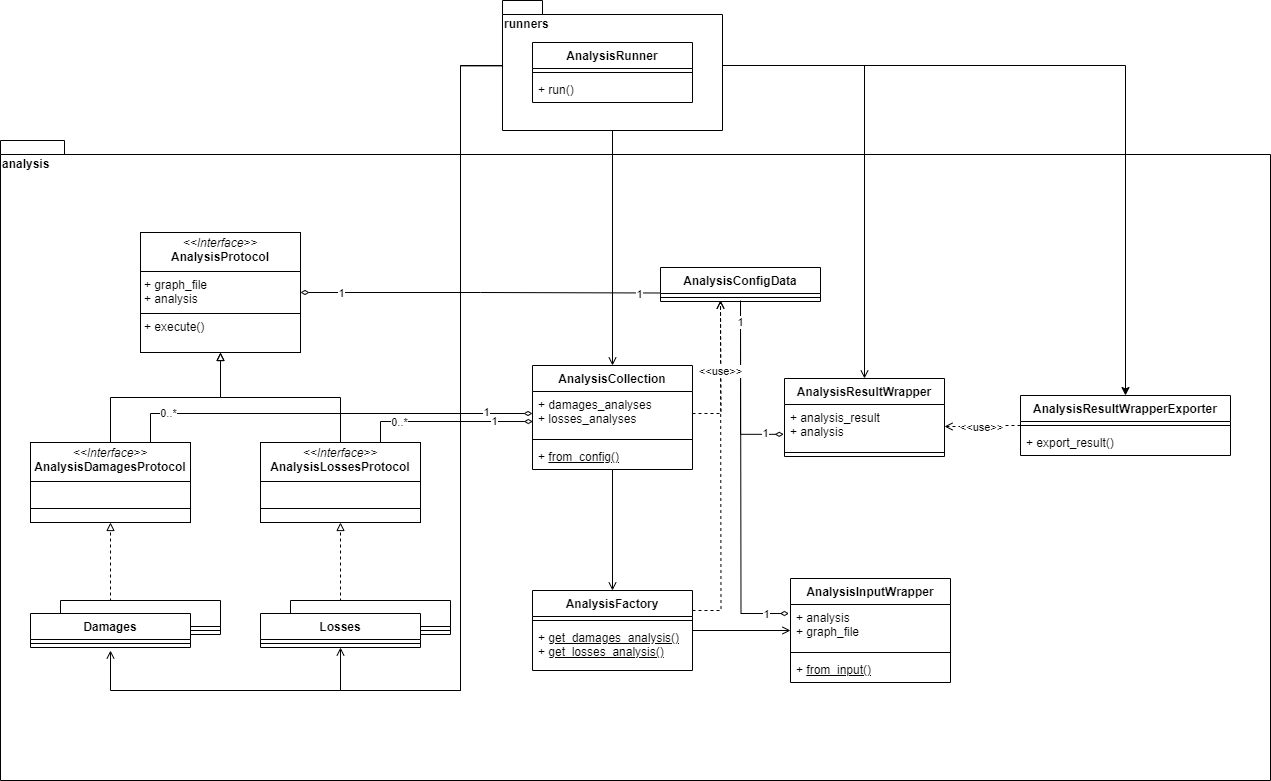
Deltares/ra2ce keeps this draw.io diagram as docs/_diagrams/ra2ce_analysis_class_diagram.drawio.png. Above is the earlier version. Source tidied: cells renumbered, new cells last; positions are measured from the earlier drawing's top-left corner, leaving out a move shared by most shapes.
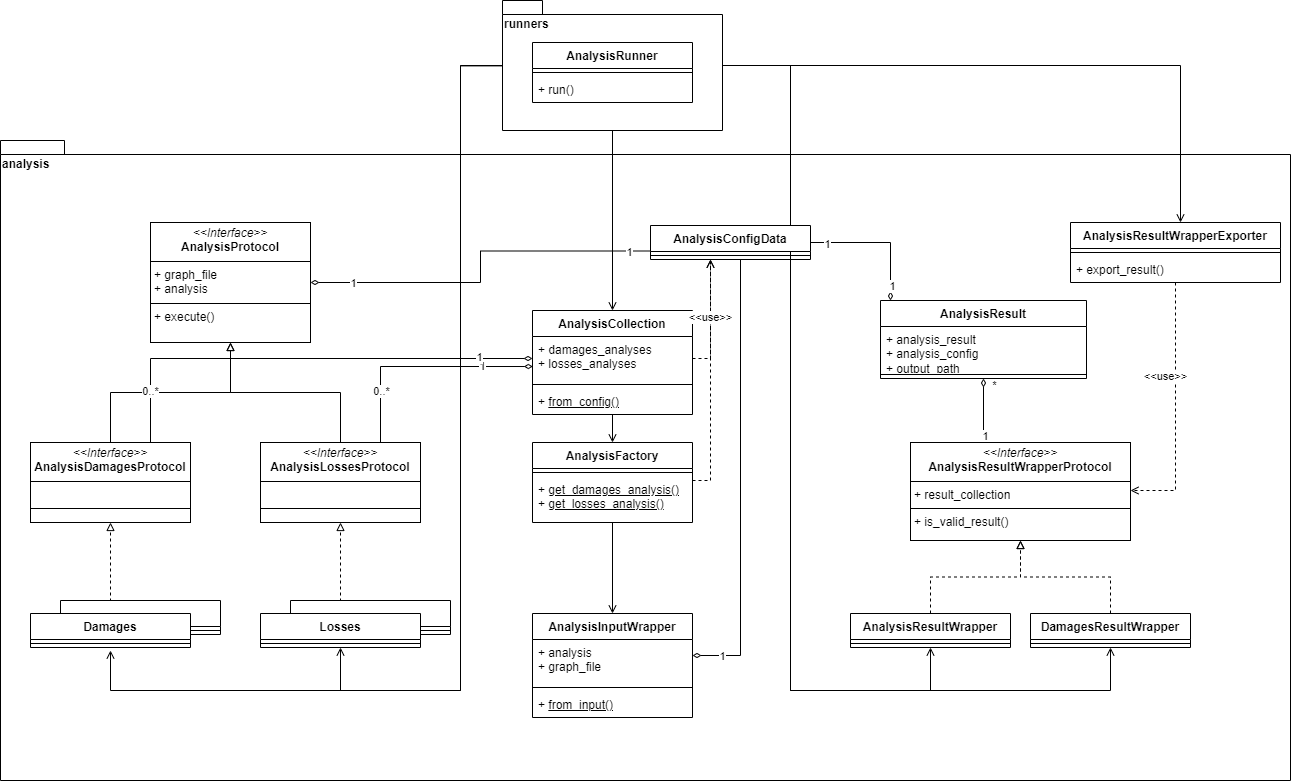
After the commit.

What changed in the source:
```diff
@@ -3,15 +3,17 @@
     <mxCell id="0" />
     <mxCell id="1" parent="0" />
     <mxCell id="2" value="analysis" style="shape=folder;fontStyle=1;spacingTop=10;tabWidth=40;tabHeight=14;tabPosition=left;html=1;whiteSpace=wrap;verticalAlign=top;align=left;" parent="1" vertex="1">
-      <mxGeometry y="140" width="1270" height="640" as="geometry" />
+      <mxGeometry y="140" width="1290" height="640" as="geometry" />
     </mxCell>
-    <mxCell id="3" style="edgeStyle=orthogonalEdgeStyle;rounded=0;jettySize=auto;html=1;endArrow=open;endFill=0;dashed=1;exitX=1;exitY=0.25;exitDx=0;exitDy=0;" parent="1" edge="1" source="4">
+    <mxCell id="3" style="edgeStyle=orthogonalEdgeStyle;rounded=0;jettySize=auto;html=1;endArrow=open;endFill=0;dashed=1;" parent="1" edge="1" source="4" target="52">
       <mxGeometry relative="1" as="geometry">
-        <mxPoint x="720" y="300" as="targetPoint" />
+        <Array as="points">
+          <mxPoint x="710" y="480" />
+        </Array>
       </mxGeometry>
     </mxCell>
     <mxCell id="4" value="AnalysisFactory" style="swimlane;fontStyle=1;align=center;verticalAlign=top;horizontal=1;startSize=26;whiteSpace=wrap;html=1;" parent="1" vertex="1">
-      <mxGeometry x="532" y="590" width="160" height="80" as="geometry" />
+      <mxGeometry x="532" y="442" width="160" height="80" as="geometry" />
     </mxCell>
     <mxCell id="5" style="line;strokeWidth=1;fillColor=none;align=left;verticalAlign=middle;spacingTop=-1;spacingLeft=3;spacingRight=3;labelPosition=right;strokeColor=inherit;" parent="4" vertex="1">
       <mxGeometry y="26" width="160" height="8" as="geometry" />
@@ -20,16 +22,8 @@
       <mxGeometry y="34" width="160" height="46" as="geometry" />
     </mxCell>
     <mxCell id="7" value="AnalysisInputWrapper" style="swimlane;fontStyle=1;align=center;verticalAlign=top;horizontal=1;startSize=26;whiteSpace=wrap;html=1;" parent="1" vertex="1">
-      <mxGeometry x="790" y="578" width="160" height="104" as="geometry" />
+      <mxGeometry x="532" y="613" width="160" height="104" as="geometry" />
     </mxCell>
-    <mxCell id="8" style="edgeStyle=orthogonalEdgeStyle;rounded=0;jettySize=auto;html=1;endArrow=none;endFill=0;startArrow=diamondThin;startFill=0;exitX=-0.01;exitY=0.205;exitDx=0;exitDy=0;exitPerimeter=0;" parent="7" edge="1" source="10">
-      <mxGeometry relative="1" as="geometry">
-        <mxPoint x="-50" y="-278" as="targetPoint" />
-      </mxGeometry>
-    </mxCell>
-    <mxCell id="9" value="1" style="edgeLabel;html=1;align=center;verticalAlign=middle;" parent="8" vertex="1">
-      <mxGeometry x="-0.87" relative="1" as="geometry" />
-    </mxCell>
     <mxCell id="10" value="+ analysis&lt;div&gt;+ graph_file&lt;/div&gt;" style="text;strokeColor=none;fillColor=none;align=left;verticalAlign=top;spacingLeft=4;spacingRight=4;overflow=hidden;points=[[0,0.5],[1,0.5]];portConstraint=eastwest;whiteSpace=wrap;html=1;" parent="7" vertex="1">
       <mxGeometry y="26" width="160" height="44" as="geometry" />
     </mxCell>
@@ -55,7 +49,7 @@
       <mxGeometry relative="1" as="geometry" />
     </mxCell>
     <mxCell id="18" value="AnalysisCollection" style="swimlane;fontStyle=1;align=center;verticalAlign=top;horizontal=1;startSize=26;whiteSpace=wrap;html=1;" parent="1" vertex="1">
-      <mxGeometry x="532" y="365" width="160" height="104" as="geometry" />
+      <mxGeometry x="532" y="310" width="160" height="104" as="geometry" />
     </mxCell>
     <mxCell id="19" value="+ damages_analyses&lt;div&gt;+ losses_analyses&lt;/div&gt;" style="text;strokeColor=none;fillColor=none;align=left;verticalAlign=top;spacingLeft=4;spacingRight=4;overflow=hidden;points=[[0,0.5],[1,0.5]];portConstraint=eastwest;whiteSpace=wrap;html=1;" parent="18" vertex="1">
       <mxGeometry y="26" width="160" height="44" as="geometry" />
@@ -72,15 +66,6 @@
     <mxCell id="23" style="edgeStyle=orthogonalEdgeStyle;rounded=0;jettySize=auto;html=1;entryX=0.5;entryY=0;entryDx=0;entryDy=0;endArrow=open;endFill=0;" parent="1" edge="1" source="41" target="18">
       <mxGeometry relative="1" as="geometry" />
     </mxCell>
-    <mxCell id="24" value="AnalysisResultWrapper" style="swimlane;fontStyle=1;align=center;verticalAlign=top;horizontal=1;startSize=26;whiteSpace=wrap;html=1;" parent="1" vertex="1">
-      <mxGeometry x="784" y="378" width="160" height="78" as="geometry" />
-    </mxCell>
-    <mxCell id="25" value="+ analysis_result&lt;div&gt;+ analysis&lt;/div&gt;" style="text;strokeColor=none;fillColor=none;align=left;verticalAlign=top;spacingLeft=4;spacingRight=4;overflow=hidden;points=[[0,0.5],[1,0.5]];portConstraint=eastwest;whiteSpace=wrap;html=1;" parent="24" vertex="1">
-      <mxGeometry y="26" width="160" height="44" as="geometry" />
-    </mxCell>
-    <mxCell id="26" style="line;strokeWidth=1;fillColor=none;align=left;verticalAlign=middle;spacingTop=-1;spacingLeft=3;spacingRight=3;labelPosition=right;strokeColor=inherit;" parent="24" vertex="1">
-      <mxGeometry y="70" width="160" height="8" as="geometry" />
-    </mxCell>
     <mxCell id="27" style="edgeStyle=orthogonalEdgeStyle;rounded=0;jettySize=auto;html=1;entryX=0;entryY=0.75;entryDx=0;entryDy=0;endArrow=none;endFill=0;startArrow=diamondThin;startFill=0;" parent="1" edge="1" source="30" target="52">
       <mxGeometry relative="1" as="geometry" />
     </mxCell>
@@ -93,7 +78,7 @@
       <mxGeometry x="0.88" y="-1" relative="1" as="geometry" />
     </mxCell>
     <mxCell id="30" value="&lt;p style=&quot;margin:0px;margin-top:4px;text-align:center;&quot;&gt;&lt;i&gt;&amp;lt;&amp;lt;Interface&amp;gt;&amp;gt;&lt;/i&gt;&lt;br&gt;&lt;b&gt;AnalysisProtocol&lt;/b&gt;&lt;/p&gt;&lt;hr size=&quot;1&quot; style=&quot;border-style:solid;&quot;&gt;&lt;p style=&quot;margin:0px;margin-left:4px;&quot;&gt;+ graph_file&lt;/p&gt;&lt;p style=&quot;margin:0px;margin-left:4px;&quot;&gt;+ analysis&lt;/p&gt;&lt;hr size=&quot;1&quot; style=&quot;border-style:solid;&quot;&gt;&lt;p style=&quot;margin:0px;margin-left:4px;&quot;&gt;+ execute()&lt;/p&gt;" style="verticalAlign=top;align=left;overflow=fill;html=1;whiteSpace=wrap;" parent="1" vertex="1">
-      <mxGeometry x="140" y="232" width="160" height="120" as="geometry" />
+      <mxGeometry x="150" y="222" width="160" height="120" as="geometry" />
     </mxCell>
     <mxCell id="31" style="edgeStyle=orthogonalEdgeStyle;rounded=0;jettySize=auto;html=1;entryX=0.5;entryY=1;entryDx=0;entryDy=0;endArrow=block;endFill=0;" parent="1" edge="1" source="32" target="30">
       <mxGeometry relative="1" as="geometry" />
@@ -134,8 +119,12 @@
     <mxCell id="43" value="+ run()" style="text;strokeColor=none;fillColor=none;align=left;verticalAlign=top;spacingLeft=4;spacingRight=4;overflow=hidden;whiteSpace=wrap;html=1;" parent="41" vertex="1">
       <mxGeometry y="34" width="160" height="26" as="geometry" />
     </mxCell>
-    <mxCell id="44" style="edgeStyle=orthogonalEdgeStyle;rounded=0;jettySize=auto;html=1;entryX=0.5;entryY=0;entryDx=0;entryDy=0;endArrow=open;endFill=0;" parent="1" edge="1" source="40" target="24">
-      <mxGeometry relative="1" as="geometry" />
+    <mxCell id="44" style="edgeStyle=orthogonalEdgeStyle;rounded=0;jettySize=auto;html=1;endArrow=open;endFill=0;" parent="1" edge="1" source="40" target="46">
+      <mxGeometry relative="1" as="geometry">
+        <Array as="points">
+          <mxPoint x="1180" y="65" />
+        </Array>
+      </mxGeometry>
     </mxCell>
     <mxCell id="45" style="edgeStyle=orthogonalEdgeStyle;rounded=0;jettySize=auto;html=1;entryX=0.5;entryY=1;entryDx=0;entryDy=0;endArrow=open;endFill=0;" parent="1" edge="1" source="40" target="65">
       <mxGeometry relative="1" as="geometry">
@@ -147,7 +136,7 @@
       </mxGeometry>
     </mxCell>
     <mxCell id="46" value="AnalysisResultWrapperExporter" style="swimlane;fontStyle=1;align=center;verticalAlign=top;horizontal=1;startSize=26;whiteSpace=wrap;html=1;" parent="1" vertex="1">
-      <mxGeometry x="1020" y="395" width="210" height="60" as="geometry" />
+      <mxGeometry x="1070" y="222" width="210" height="60" as="geometry" />
     </mxCell>
     <mxCell id="47" style="line;strokeWidth=1;fillColor=none;align=left;verticalAlign=middle;spacingTop=-1;spacingLeft=3;spacingRight=3;labelPosition=right;strokeColor=inherit;" parent="46" vertex="1">
       <mxGeometry y="26" width="210" height="8" as="geometry" />
@@ -155,9 +144,6 @@
     <mxCell id="48" value="+ export_result()" style="text;strokeColor=none;fillColor=none;align=left;verticalAlign=top;spacingLeft=4;spacingRight=4;overflow=hidden;whiteSpace=wrap;html=1;" parent="46" vertex="1">
       <mxGeometry y="34" width="210" height="26" as="geometry" />
     </mxCell>
-    <mxCell id="49" style="edgeStyle=orthogonalEdgeStyle;rounded=0;jettySize=auto;html=1;" parent="1" edge="1" source="40" target="46">
-      <mxGeometry relative="1" as="geometry" />
-    </mxCell>
     <mxCell id="50" style="edgeStyle=orthogonalEdgeStyle;rounded=0;jettySize=auto;html=1;entryX=0.5;entryY=1;entryDx=0;entryDy=0;endArrow=open;endFill=0;exitX=0.001;exitY=0.503;exitDx=0;exitDy=0;exitPerimeter=0;" parent="1" edge="1" source="40">
       <mxGeometry relative="1" as="geometry">
         <mxPoint x="110" y="650" as="targetPoint" />
@@ -168,17 +154,12 @@
         </Array>
       </mxGeometry>
     </mxCell>
-    <mxCell id="51" style="group;align=left;" parent="1" vertex="1">
-      <mxGeometry x="630" y="222" width="220" height="130" as="geometry" />
-    </mxCell>
-    <mxCell id="52" value="AnalysisConfigData" style="swimlane;fontStyle=1;align=center;verticalAlign=top;horizontal=1;startSize=26;whiteSpace=wrap;html=1;" parent="51" vertex="1">
-      <mxGeometry x="30" y="45" width="160" height="34" as="geometry" />
-    </mxCell>
-    <mxCell id="53" style="line;strokeWidth=1;fillColor=none;align=left;verticalAlign=middle;spacingTop=-1;spacingLeft=3;spacingRight=3;labelPosition=right;strokeColor=inherit;" parent="52" vertex="1">
-      <mxGeometry y="26" width="160" height="8" as="geometry" />
-    </mxCell>
-    <mxCell id="54" style="edgeStyle=orthogonalEdgeStyle;rounded=0;jettySize=auto;html=1;entryX=0.5;entryY=1;entryDx=0;entryDy=0;startArrow=diamondThin;startFill=0;endArrow=none;endFill=0;exitX=-0.005;exitY=0.678;exitDx=0;exitDy=0;exitPerimeter=0;" parent="1" edge="1" source="25" target="52">
-      <mxGeometry relative="1" as="geometry" />
+    <mxCell id="54" style="edgeStyle=orthogonalEdgeStyle;rounded=0;jettySize=auto;html=1;startArrow=diamondThin;startFill=0;endArrow=none;endFill=0;" parent="1" edge="1" source="68" target="52">
+      <mxGeometry relative="1" as="geometry">
+        <Array as="points">
+          <mxPoint x="890" y="242" />
+        </Array>
+      </mxGeometry>
     </mxCell>
     <mxCell id="55" value="1" style="edgeLabel;html=1;align=center;verticalAlign=middle;" parent="54" vertex="1">
       <mxGeometry x="0.77" y="1" relative="1" as="geometry" />
@@ -186,8 +167,12 @@
     <mxCell id="56" value="1" style="edgeLabel;html=1;align=center;verticalAlign=middle;" parent="54" vertex="1">
       <mxGeometry x="-0.78" y="-1" relative="1" as="geometry" />
     </mxCell>
-    <mxCell id="57" style="edgeStyle=orthogonalEdgeStyle;rounded=0;jettySize=auto;html=1;entryX=1;entryY=0.5;entryDx=0;entryDy=0;dashed=1;endArrow=open;endFill=0;" parent="1" edge="1" source="46" target="25">
-      <mxGeometry relative="1" as="geometry" />
+    <mxCell id="57" style="edgeStyle=orthogonalEdgeStyle;rounded=0;jettySize=auto;html=1;dashed=1;endArrow=open;endFill=0;" parent="1" edge="1" source="46" target="75">
+      <mxGeometry relative="1" as="geometry">
+        <Array as="points">
+          <mxPoint x="1175" y="490" />
+        </Array>
+      </mxGeometry>
     </mxCell>
     <mxCell id="58" value="&amp;lt;&amp;lt;use&amp;gt;&amp;gt;" style="edgeLabel;html=1;align=center;verticalAlign=middle;" parent="57" vertex="1">
       <mxGeometry x="-0.26" y="1" relative="1" as="geometry">
@@ -218,10 +203,94 @@
     <mxCell id="66" style="line;strokeWidth=1;fillColor=none;align=left;verticalAlign=middle;spacingTop=-1;spacingLeft=3;spacingRight=3;labelPosition=right;strokeColor=inherit;" parent="65" vertex="1">
       <mxGeometry y="26" width="160" height="8" as="geometry" />
     </mxCell>
-    <mxCell id="67" value="&amp;lt;&amp;lt;use&amp;gt;&amp;gt;" style="edgeStyle=orthogonalEdgeStyle;rounded=0;jettySize=auto;html=1;endArrow=open;endFill=0;dashed=1;exitX=1;exitY=0.5;exitDx=0;exitDy=0;" parent="1" edge="1" source="19">
+    <mxCell id="67" value="&amp;lt;&amp;lt;use&amp;gt;&amp;gt;" style="edgeStyle=orthogonalEdgeStyle;rounded=0;jettySize=auto;html=1;endArrow=open;endFill=0;dashed=1;exitX=1;exitY=0.5;exitDx=0;exitDy=0;" parent="1" edge="1" source="19" target="52">
       <mxGeometry relative="1" as="geometry">
-        <mxPoint x="720" y="300" as="targetPoint" />
+        <Array as="points">
+          <mxPoint x="710" y="358" />
+        </Array>
       </mxGeometry>
     </mxCell>
+    <mxCell id="68" value="AnalysisResult" style="swimlane;fontStyle=1;align=center;verticalAlign=top;horizontal=1;startSize=26;whiteSpace=wrap;html=1;" parent="1" vertex="1">
+      <mxGeometry x="880" y="300" width="206" height="78" as="geometry" />
+    </mxCell>
+    <mxCell id="69" value="+ analysis_result&lt;div&gt;+ analysis_config&lt;/div&gt;&lt;div&gt;+ output_path&lt;/div&gt;" style="text;strokeColor=none;fillColor=none;align=left;verticalAlign=top;spacingLeft=4;spacingRight=4;overflow=hidden;whiteSpace=wrap;html=1;" parent="68" vertex="1">
+      <mxGeometry y="26" width="206" height="44" as="geometry" />
+    </mxCell>
+    <mxCell id="70" style="line;strokeWidth=1;fillColor=none;align=left;verticalAlign=middle;spacingTop=-1;spacingLeft=3;spacingRight=3;labelPosition=right;strokeColor=inherit;" parent="68" vertex="1">
+      <mxGeometry y="70" width="206" height="8" as="geometry" />
+    </mxCell>
+    <mxCell id="71" style="edgeStyle=orthogonalEdgeStyle;rounded=0;jettySize=auto;html=1;startArrow=diamondThin;startFill=0;endArrow=none;endFill=0;" parent="1" edge="1" source="68" target="75">
+      <mxGeometry relative="1" as="geometry">
+        <Array as="points">
+          <mxPoint x="1000" y="349" />
+        </Array>
+      </mxGeometry>
+    </mxCell>
+    <mxCell id="72" value="1" style="edgeLabel;html=1;align=center;verticalAlign=middle;" parent="71" vertex="1">
+      <mxGeometry x="0.77" y="1" relative="1" as="geometry" />
+    </mxCell>
+    <mxCell id="73" value="*" style="edgeLabel;html=1;align=center;verticalAlign=middle;" parent="71" vertex="1">
+      <mxGeometry x="-0.78" y="-1" relative="1" as="geometry">
+        <mxPoint x="11" y="-1" as="offset" />
+      </mxGeometry>
+    </mxCell>
+    <mxCell id="8" style="edgeStyle=orthogonalEdgeStyle;rounded=0;jettySize=auto;html=1;endArrow=none;endFill=0;startArrow=diamondThin;startFill=0;" parent="1" edge="1" source="7" target="52">
+      <mxGeometry relative="1" as="geometry">
+        <Array as="points">
+          <mxPoint x="740" y="655" />
+        </Array>
+      </mxGeometry>
+    </mxCell>
+    <mxCell id="9" value="1" style="edgeLabel;html=1;align=center;verticalAlign=middle;" parent="8" vertex="1">
+      <mxGeometry x="-0.87" relative="1" as="geometry" />
+    </mxCell>
+    <mxCell id="24" value="AnalysisResultWrapper" style="swimlane;fontStyle=1;align=center;verticalAlign=top;horizontal=1;startSize=26;whiteSpace=wrap;html=1;" parent="1" vertex="1">
+      <mxGeometry x="850" y="613" width="160" height="34" as="geometry" />
+    </mxCell>
+    <mxCell id="74" style="line;strokeWidth=1;fillColor=none;align=left;verticalAlign=middle;spacingTop=-1;spacingLeft=3;spacingRight=3;labelPosition=right;strokeColor=inherit;" parent="24" vertex="1">
+      <mxGeometry y="26" width="160" height="8" as="geometry" />
+    </mxCell>
+    <mxCell id="75" value="&lt;p style=&quot;margin:0px;margin-top:4px;text-align:center;&quot;&gt;&lt;i&gt;&amp;lt;&amp;lt;Interface&amp;gt;&amp;gt;&lt;/i&gt;&lt;br&gt;&lt;b&gt;AnalysisResultWrapperProtocol&lt;/b&gt;&lt;/p&gt;&lt;hr size=&quot;1&quot; style=&quot;border-style:solid;&quot;&gt;&lt;p style=&quot;margin:0px;margin-left:4px;&quot;&gt;+ result_collection&lt;/p&gt;&lt;hr size=&quot;1&quot; style=&quot;border-style:solid;&quot;&gt;&lt;p style=&quot;margin:0px;margin-left:4px;&quot;&gt;+ is_valid_result()&lt;/p&gt;" style="verticalAlign=top;align=left;overflow=fill;html=1;whiteSpace=wrap;" parent="1" vertex="1">
+      <mxGeometry x="910" y="442" width="220" height="98" as="geometry" />
+    </mxCell>
+    <mxCell id="76" style="edgeStyle=orthogonalEdgeStyle;rounded=0;jettySize=auto;html=1;endArrow=open;endFill=0;" parent="1" edge="1" source="40" target="24">
+      <mxGeometry relative="1" as="geometry">
+        <Array as="points">
+          <mxPoint x="790" y="65" />
+          <mxPoint x="790" y="690" />
+          <mxPoint x="930" y="690" />
+        </Array>
+      </mxGeometry>
+    </mxCell>
+    <mxCell id="77" value="DamagesResultWrapper" style="swimlane;fontStyle=1;align=center;verticalAlign=top;horizontal=1;startSize=26;whiteSpace=wrap;html=1;" parent="1" vertex="1">
+      <mxGeometry x="1030" y="613" width="160" height="34" as="geometry" />
+    </mxCell>
+    <mxCell id="78" style="line;strokeWidth=1;fillColor=none;align=left;verticalAlign=middle;spacingTop=-1;spacingLeft=3;spacingRight=3;labelPosition=right;strokeColor=inherit;" parent="77" vertex="1">
+      <mxGeometry y="26" width="160" height="8" as="geometry" />
+    </mxCell>
+    <mxCell id="79" style="edgeStyle=orthogonalEdgeStyle;rounded=0;jettySize=auto;html=1;endArrow=open;endFill=0;" parent="1" edge="1" source="40" target="77">
+      <mxGeometry relative="1" as="geometry">
+        <Array as="points">
+          <mxPoint x="790" y="65" />
+          <mxPoint x="790" y="690" />
+          <mxPoint x="1110" y="690" />
+        </Array>
+      </mxGeometry>
+    </mxCell>
+    <mxCell id="51" style="group;align=left;" parent="1" vertex="1">
+      <mxGeometry x="620" y="180" width="220" height="130" as="geometry" />
+    </mxCell>
+    <mxCell id="52" value="AnalysisConfigData" style="swimlane;fontStyle=1;align=center;verticalAlign=top;horizontal=1;startSize=26;whiteSpace=wrap;html=1;" parent="51" vertex="1">
+      <mxGeometry x="30" y="45" width="160" height="34" as="geometry" />
+    </mxCell>
+    <mxCell id="53" style="line;strokeWidth=1;fillColor=none;align=left;verticalAlign=middle;spacingTop=-1;spacingLeft=3;spacingRight=3;labelPosition=right;strokeColor=inherit;" parent="52" vertex="1">
+      <mxGeometry y="26" width="160" height="8" as="geometry" />
+    </mxCell>
+    <mxCell id="80" style="edgeStyle=orthogonalEdgeStyle;rounded=0;jettySize=auto;html=1;endArrow=block;endFill=0;dashed=1;" parent="1" edge="1" source="24" target="75">
+      <mxGeometry relative="1" as="geometry" />
+    </mxCell>
+    <mxCell id="81" style="edgeStyle=orthogonalEdgeStyle;rounded=0;jettySize=auto;html=1;endArrow=block;endFill=0;dashed=1;" parent="1" edge="1" source="77" target="75">
+      <mxGeometry relative="1" as="geometry" />
+    </mxCell>
   </root>
 </mxGraphModel>
```
